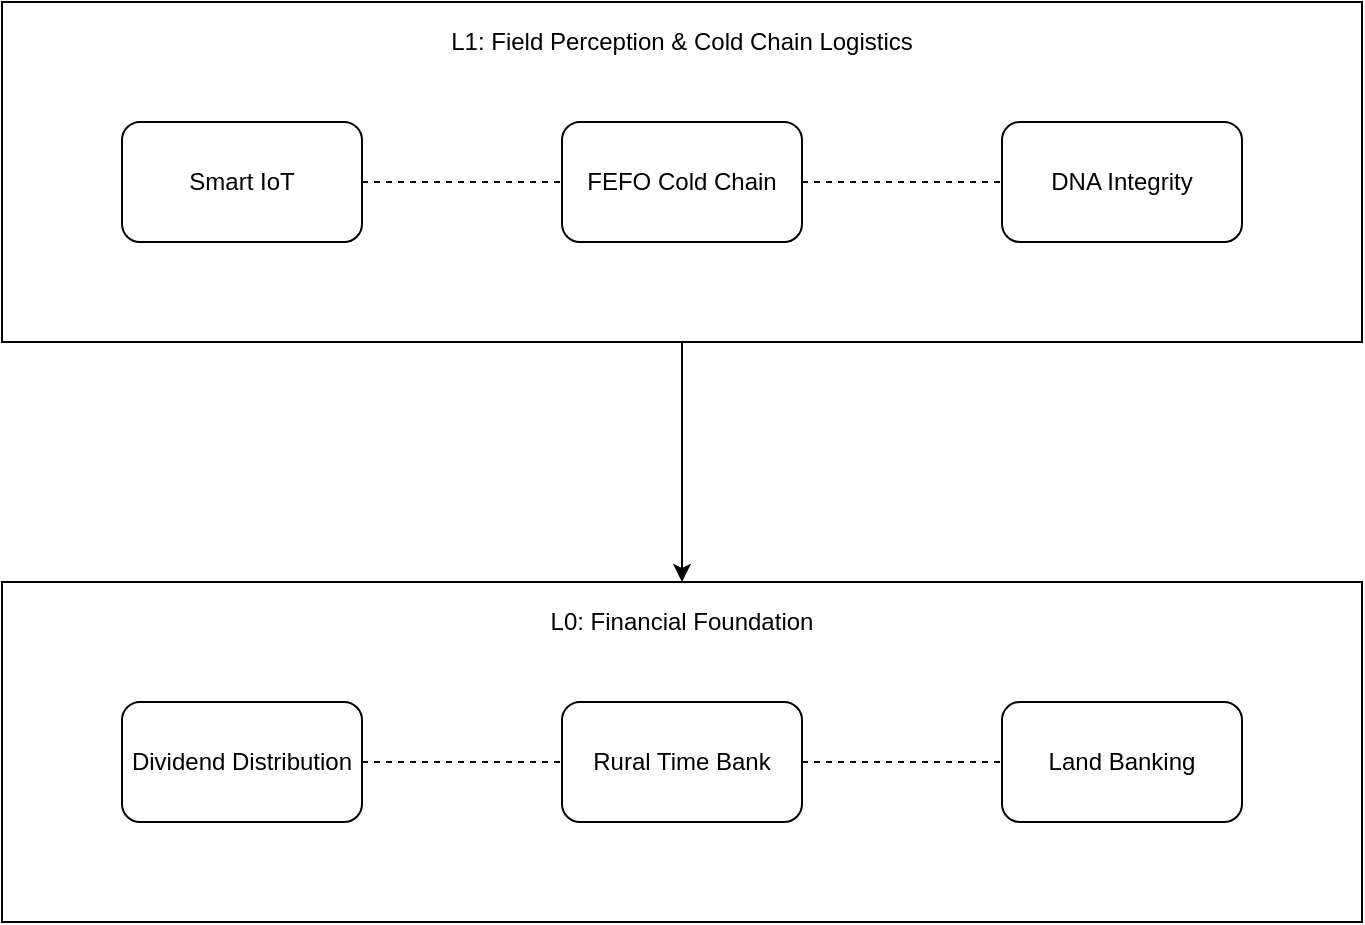
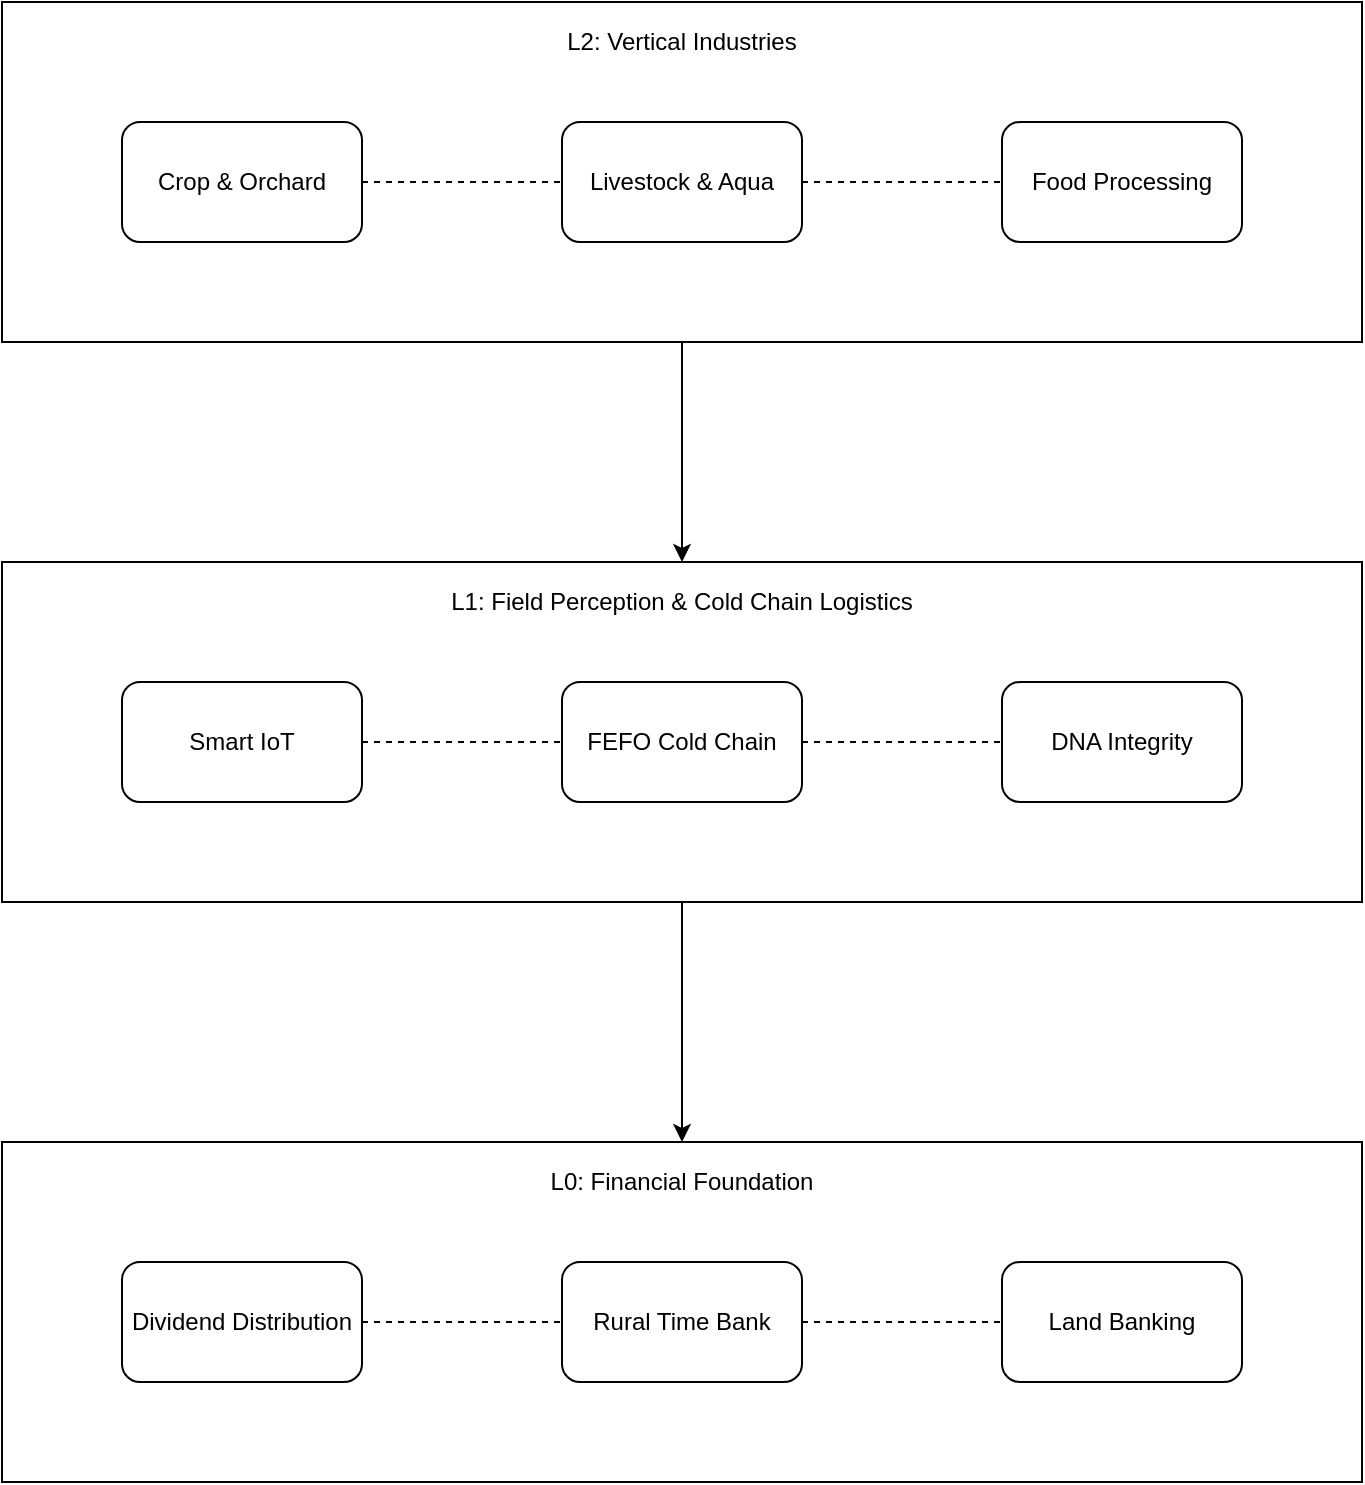
<mxfile host="Electron" agent="Mozilla/5.0 (Windows NT 10.0; Win64; x64) AppleWebKit/537.36 (KHTML, like Gecko) draw.io/28.2.5 Chrome/138.0.7204.251 Electron/37.6.1 Safari/537.36" version="28.2.5">
  <diagram name="four-layers-microservice-topology" id="U-mOs4buuAvu0ItHmb-U">
-     <mxGraphModel dx="1111" dy="537" grid="1" gridSize="10" guides="1" tooltips="1" connect="1" arrows="1" fold="1" page="1" pageScale="1" pageWidth="827" pageHeight="1169" math="0" shadow="0">
+     <mxGraphModel dx="1111" dy="1706" grid="1" gridSize="10" guides="1" tooltips="1" connect="1" arrows="1" fold="1" page="1" pageScale="1" pageWidth="827" pageHeight="1169" math="0" shadow="0">
      <root>
        <mxCell id="0" />
        <mxCell id="1" parent="0" />
        <mxCell id="wE-V2eURaX7iaofwGaKd-1" value="" style="rounded=0;whiteSpace=wrap;html=1;" parent="1" vertex="1">
          <mxGeometry x="120" y="400" width="680" height="170" as="geometry" />
        </mxCell>
        <mxCell id="wE-V2eURaX7iaofwGaKd-2" value="L0: Financial Foundation" style="text;html=1;align=center;verticalAlign=middle;whiteSpace=wrap;rounded=0;" parent="1" vertex="1">
          <mxGeometry x="120" y="400" width="680" height="40" as="geometry" />
        </mxCell>
        <mxCell id="wE-V2eURaX7iaofwGaKd-3" value="Dividend Distribution" style="rounded=1;whiteSpace=wrap;html=1;" parent="1" vertex="1">
          <mxGeometry x="180" y="460" width="120" height="60" as="geometry" />
        </mxCell>
        <mxCell id="wE-V2eURaX7iaofwGaKd-4" value="Rural Time Bank" style="rounded=1;whiteSpace=wrap;html=1;" parent="1" vertex="1">
          <mxGeometry x="400" y="460" width="120" height="60" as="geometry" />
        </mxCell>
        <mxCell id="wE-V2eURaX7iaofwGaKd-5" value="Land Banking" style="rounded=1;whiteSpace=wrap;html=1;" parent="1" vertex="1">
          <mxGeometry x="620" y="460" width="120" height="60" as="geometry" />
        </mxCell>
        <mxCell id="wE-V2eURaX7iaofwGaKd-6" value="" style="endArrow=none;dashed=1;html=1;rounded=0;exitX=1;exitY=0.5;exitDx=0;exitDy=0;entryX=0;entryY=0.5;entryDx=0;entryDy=0;" parent="1" source="wE-V2eURaX7iaofwGaKd-3" target="wE-V2eURaX7iaofwGaKd-4" edge="1">
          <mxGeometry width="50" height="50" relative="1" as="geometry">
            <mxPoint x="390" y="460" as="sourcePoint" />
            <mxPoint x="440" y="410" as="targetPoint" />
          </mxGeometry>
        </mxCell>
        <mxCell id="wE-V2eURaX7iaofwGaKd-7" value="" style="endArrow=none;dashed=1;html=1;rounded=0;entryX=0;entryY=0.5;entryDx=0;entryDy=0;exitX=1;exitY=0.5;exitDx=0;exitDy=0;" parent="1" source="wE-V2eURaX7iaofwGaKd-4" target="wE-V2eURaX7iaofwGaKd-5" edge="1">
          <mxGeometry width="50" height="50" relative="1" as="geometry">
            <mxPoint x="390" y="460" as="sourcePoint" />
            <mxPoint x="440" y="410" as="targetPoint" />
          </mxGeometry>
        </mxCell>
-         <mxCell id="UfQfirNkdjwXvX7T2L5A-8" style="edgeStyle=orthogonalEdgeStyle;rounded=0;orthogonalLoop=1;jettySize=auto;html=1;entryX=0.5;entryY=0;entryDx=0;entryDy=0;" edge="1" parent="1" source="UfQfirNkdjwXvX7T2L5A-1" target="wE-V2eURaX7iaofwGaKd-2">
+         <mxCell id="UfQfirNkdjwXvX7T2L5A-8" style="edgeStyle=orthogonalEdgeStyle;rounded=0;orthogonalLoop=1;jettySize=auto;html=1;entryX=0.5;entryY=0;entryDx=0;entryDy=0;" parent="1" source="UfQfirNkdjwXvX7T2L5A-1" target="wE-V2eURaX7iaofwGaKd-2" edge="1">
          <mxGeometry relative="1" as="geometry" />
        </mxCell>
-         <mxCell id="UfQfirNkdjwXvX7T2L5A-1" value="" style="rounded=0;whiteSpace=wrap;html=1;" vertex="1" parent="1">
+         <mxCell id="UfQfirNkdjwXvX7T2L5A-1" value="" style="rounded=0;whiteSpace=wrap;html=1;" parent="1" vertex="1">
          <mxGeometry x="120" y="110" width="680" height="170" as="geometry" />
        </mxCell>
-         <mxCell id="UfQfirNkdjwXvX7T2L5A-2" value="L1: Field Perception &amp;amp; Cold Chain Logistics" style="text;html=1;align=center;verticalAlign=middle;whiteSpace=wrap;rounded=0;" vertex="1" parent="1">
+         <mxCell id="UfQfirNkdjwXvX7T2L5A-2" value="L1: Field Perception &amp;amp; Cold Chain Logistics" style="text;html=1;align=center;verticalAlign=middle;whiteSpace=wrap;rounded=0;" parent="1" vertex="1">
          <mxGeometry x="120" y="110" width="680" height="40" as="geometry" />
        </mxCell>
-         <mxCell id="UfQfirNkdjwXvX7T2L5A-3" value="Smart IoT" style="rounded=1;whiteSpace=wrap;html=1;" vertex="1" parent="1">
+         <mxCell id="UfQfirNkdjwXvX7T2L5A-3" value="Smart IoT" style="rounded=1;whiteSpace=wrap;html=1;" parent="1" vertex="1">
          <mxGeometry x="180" y="170" width="120" height="60" as="geometry" />
        </mxCell>
-         <mxCell id="UfQfirNkdjwXvX7T2L5A-4" value="FEFO Cold Chain" style="rounded=1;whiteSpace=wrap;html=1;" vertex="1" parent="1">
+         <mxCell id="UfQfirNkdjwXvX7T2L5A-4" value="FEFO Cold Chain" style="rounded=1;whiteSpace=wrap;html=1;" parent="1" vertex="1">
          <mxGeometry x="400" y="170" width="120" height="60" as="geometry" />
        </mxCell>
-         <mxCell id="UfQfirNkdjwXvX7T2L5A-5" value="DNA Integrity" style="rounded=1;whiteSpace=wrap;html=1;" vertex="1" parent="1">
+         <mxCell id="UfQfirNkdjwXvX7T2L5A-5" value="DNA Integrity" style="rounded=1;whiteSpace=wrap;html=1;" parent="1" vertex="1">
          <mxGeometry x="620" y="170" width="120" height="60" as="geometry" />
        </mxCell>
-         <mxCell id="UfQfirNkdjwXvX7T2L5A-6" value="" style="endArrow=none;dashed=1;html=1;rounded=0;exitX=1;exitY=0.5;exitDx=0;exitDy=0;entryX=0;entryY=0.5;entryDx=0;entryDy=0;" edge="1" parent="1" source="UfQfirNkdjwXvX7T2L5A-3" target="UfQfirNkdjwXvX7T2L5A-4">
+         <mxCell id="UfQfirNkdjwXvX7T2L5A-6" value="" style="endArrow=none;dashed=1;html=1;rounded=0;exitX=1;exitY=0.5;exitDx=0;exitDy=0;entryX=0;entryY=0.5;entryDx=0;entryDy=0;" parent="1" source="UfQfirNkdjwXvX7T2L5A-3" target="UfQfirNkdjwXvX7T2L5A-4" edge="1">
          <mxGeometry width="50" height="50" relative="1" as="geometry">
            <mxPoint x="390" y="170" as="sourcePoint" />
            <mxPoint x="440" y="120" as="targetPoint" />
          </mxGeometry>
        </mxCell>
-         <mxCell id="UfQfirNkdjwXvX7T2L5A-7" value="" style="endArrow=none;dashed=1;html=1;rounded=0;entryX=0;entryY=0.5;entryDx=0;entryDy=0;exitX=1;exitY=0.5;exitDx=0;exitDy=0;" edge="1" parent="1" source="UfQfirNkdjwXvX7T2L5A-4" target="UfQfirNkdjwXvX7T2L5A-5">
+         <mxCell id="UfQfirNkdjwXvX7T2L5A-7" value="" style="endArrow=none;dashed=1;html=1;rounded=0;entryX=0;entryY=0.5;entryDx=0;entryDy=0;exitX=1;exitY=0.5;exitDx=0;exitDy=0;" parent="1" source="UfQfirNkdjwXvX7T2L5A-4" target="UfQfirNkdjwXvX7T2L5A-5" edge="1">
          <mxGeometry width="50" height="50" relative="1" as="geometry">
            <mxPoint x="390" y="170" as="sourcePoint" />
            <mxPoint x="440" y="120" as="targetPoint" />
+           </mxGeometry>
+         </mxCell>
+         <mxCell id="yQkjEgQFqCCNNc-DR_9K-8" style="edgeStyle=orthogonalEdgeStyle;rounded=0;orthogonalLoop=1;jettySize=auto;html=1;entryX=0.5;entryY=0;entryDx=0;entryDy=0;" edge="1" parent="1" source="yQkjEgQFqCCNNc-DR_9K-1" target="UfQfirNkdjwXvX7T2L5A-2">
+           <mxGeometry relative="1" as="geometry" />
+         </mxCell>
+         <mxCell id="yQkjEgQFqCCNNc-DR_9K-1" value="" style="rounded=0;whiteSpace=wrap;html=1;" vertex="1" parent="1">
+           <mxGeometry x="120" y="-170" width="680" height="170" as="geometry" />
+         </mxCell>
+         <mxCell id="yQkjEgQFqCCNNc-DR_9K-2" value="L2: Vertical Industries" style="text;html=1;align=center;verticalAlign=middle;whiteSpace=wrap;rounded=0;" vertex="1" parent="1">
+           <mxGeometry x="120" y="-170" width="680" height="40" as="geometry" />
+         </mxCell>
+         <mxCell id="yQkjEgQFqCCNNc-DR_9K-3" value="Crop &amp;amp; Orchard" style="rounded=1;whiteSpace=wrap;html=1;" vertex="1" parent="1">
+           <mxGeometry x="180" y="-110" width="120" height="60" as="geometry" />
+         </mxCell>
+         <mxCell id="yQkjEgQFqCCNNc-DR_9K-4" value="Livestock &amp;amp; Aqua" style="rounded=1;whiteSpace=wrap;html=1;" vertex="1" parent="1">
+           <mxGeometry x="400" y="-110" width="120" height="60" as="geometry" />
+         </mxCell>
+         <mxCell id="yQkjEgQFqCCNNc-DR_9K-5" value="Food Processing" style="rounded=1;whiteSpace=wrap;html=1;" vertex="1" parent="1">
+           <mxGeometry x="620" y="-110" width="120" height="60" as="geometry" />
+         </mxCell>
+         <mxCell id="yQkjEgQFqCCNNc-DR_9K-6" value="" style="endArrow=none;dashed=1;html=1;rounded=0;exitX=1;exitY=0.5;exitDx=0;exitDy=0;entryX=0;entryY=0.5;entryDx=0;entryDy=0;" edge="1" parent="1" source="yQkjEgQFqCCNNc-DR_9K-3" target="yQkjEgQFqCCNNc-DR_9K-4">
+           <mxGeometry width="50" height="50" relative="1" as="geometry">
+             <mxPoint x="390" y="-110" as="sourcePoint" />
+             <mxPoint x="440" y="-160" as="targetPoint" />
+           </mxGeometry>
+         </mxCell>
+         <mxCell id="yQkjEgQFqCCNNc-DR_9K-7" value="" style="endArrow=none;dashed=1;html=1;rounded=0;entryX=0;entryY=0.5;entryDx=0;entryDy=0;exitX=1;exitY=0.5;exitDx=0;exitDy=0;" edge="1" parent="1" source="yQkjEgQFqCCNNc-DR_9K-4" target="yQkjEgQFqCCNNc-DR_9K-5">
+           <mxGeometry width="50" height="50" relative="1" as="geometry">
+             <mxPoint x="390" y="-110" as="sourcePoint" />
+             <mxPoint x="440" y="-160" as="targetPoint" />
          </mxGeometry>
        </mxCell>
      </root>
    </mxGraphModel>
  </diagram>
</mxfile>
